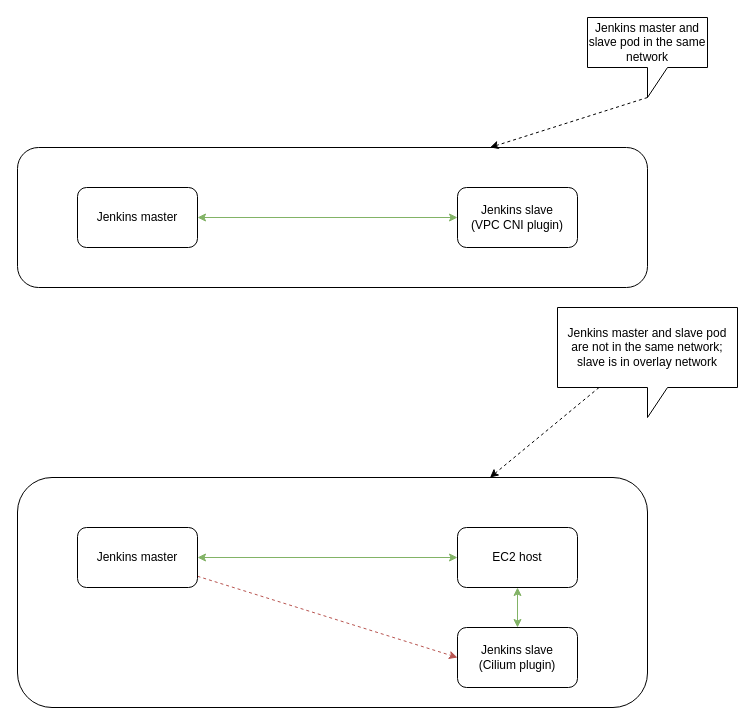
Before: JNLP protocol.drawio in jiangtao7/draw.io, a draw.io diagram. Source tidied: cells renumbered, new cells numbered last; positions are measured from the earlier drawing's top-left corner, leaving out a move shared by most shapes. Both pictures are drawn from the tidied source at 100%, with x=0, y=0 at pixel (17, 17).
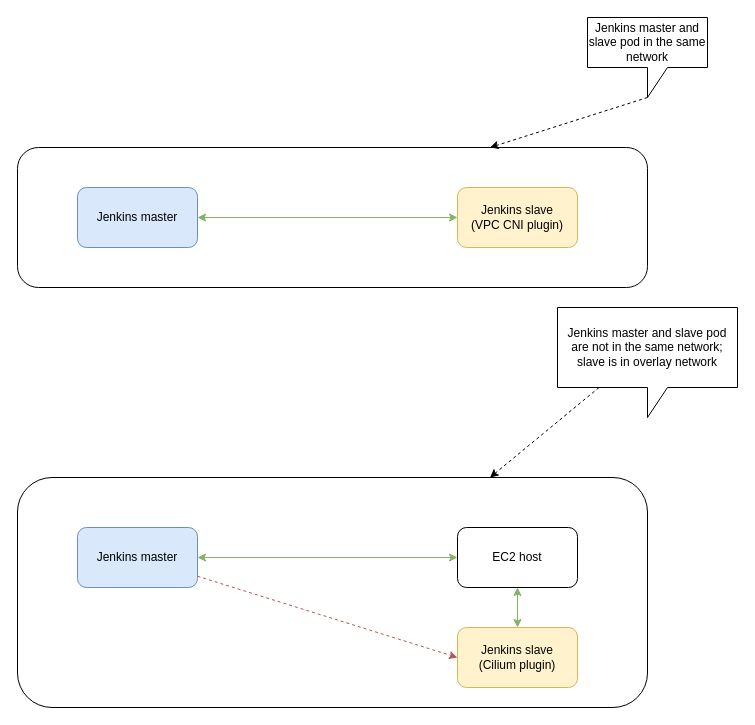
The same diagram, later.

Change to the diagram source:
```diff
@@
 <mxGraphModel>
   <root>
     <mxCell id="0" />
     <mxCell id="1" parent="0" />
     <mxCell id="2" style="rounded=1;whiteSpace=wrap;html=1;" parent="1" vertex="1">
       <mxGeometry y="460" width="630" height="230" as="geometry" />
     </mxCell>
     <mxCell id="3" style="rounded=1;whiteSpace=wrap;html=1;" parent="1" vertex="1">
       <mxGeometry y="130" width="630" height="140" as="geometry" />
     </mxCell>
     <mxCell id="4" style="edgeStyle=orthogonalEdgeStyle;rounded=0;jettySize=auto;html=1;startArrow=classic;startFill=1;fillColor=#d5e8d4;strokeColor=#82b366;" parent="1" edge="1" source="5" target="6">
       <mxGeometry relative="1" as="geometry" />
     </mxCell>
-    <mxCell id="5" value="Jenkins master" style="rounded=1;whiteSpace=wrap;html=1;" parent="1" vertex="1">
+    <mxCell id="5" value="Jenkins master" style="rounded=1;whiteSpace=wrap;html=1;fillColor=#dae8fc;strokeColor=#6c8ebf;" parent="1" vertex="1">
       <mxGeometry x="60" y="170" width="120" height="60" as="geometry" />
     </mxCell>
-    <mxCell id="6" value="Jenkins slave&lt;br&gt;(VPC CNI plugin)" style="rounded=1;whiteSpace=wrap;html=1;" parent="1" vertex="1">
+    <mxCell id="6" value="Jenkins slave&lt;br&gt;(VPC CNI plugin)" style="rounded=1;whiteSpace=wrap;html=1;fillColor=#fff2cc;strokeColor=#d6b656;" parent="1" vertex="1">
       <mxGeometry x="440" y="170" width="120" height="60" as="geometry" />
     </mxCell>
-    <mxCell id="7" value="Jenkins slave&lt;br&gt;(Cilium plugin)" style="rounded=1;whiteSpace=wrap;html=1;" parent="1" vertex="1">
+    <mxCell id="7" value="Jenkins slave&lt;br&gt;(Cilium plugin)" style="rounded=1;whiteSpace=wrap;html=1;fillColor=#fff2cc;strokeColor=#d6b656;" parent="1" vertex="1">
       <mxGeometry x="440" y="610" width="120" height="60" as="geometry" />
     </mxCell>
     <mxCell id="8" style="edgeStyle=orthogonalEdgeStyle;rounded=0;jettySize=auto;html=1;entryX=0.5;entryY=0;entryDx=0;entryDy=0;startArrow=classic;startFill=1;fillColor=#d5e8d4;strokeColor=#82b366;" parent="1" edge="1" source="9" target="7">
       <mxGeometry relative="1" as="geometry" />
     </mxCell>
     <mxCell id="9" value="EC2 host" style="rounded=1;whiteSpace=wrap;html=1;" parent="1" vertex="1">
       <mxGeometry x="440" y="510" width="120" height="60" as="geometry" />
     </mxCell>
     <mxCell id="10" style="edgeStyle=orthogonalEdgeStyle;rounded=0;jettySize=auto;html=1;startArrow=classic;startFill=1;fillColor=#d5e8d4;strokeColor=#82b366;" parent="1" edge="1" source="12" target="9">
       <mxGeometry relative="1" as="geometry" />
     </mxCell>
     <mxCell id="11" style="edgeStyle=none;rounded=0;jettySize=auto;html=1;entryX=0;entryY=0.5;entryDx=0;entryDy=0;dashed=1;fillColor=#f8cecc;strokeColor=#b85450;" parent="1" edge="1" source="12" target="7">
       <mxGeometry relative="1" as="geometry" />
     </mxCell>
-    <mxCell id="12" value="Jenkins master" style="rounded=1;whiteSpace=wrap;html=1;" parent="1" vertex="1">
+    <mxCell id="12" value="Jenkins master" style="rounded=1;whiteSpace=wrap;html=1;fillColor=#dae8fc;strokeColor=#6c8ebf;" parent="1" vertex="1">
       <mxGeometry x="60" y="510" width="120" height="60" as="geometry" />
     </mxCell>
     <mxCell id="13" style="edgeStyle=none;rounded=0;jettySize=auto;html=1;exitX=0;exitY=0;exitDx=60;exitDy=80;exitPerimeter=0;entryX=0.75;entryY=0;entryDx=0;entryDy=0;dashed=1;" parent="1" edge="1" source="14" target="3">
       <mxGeometry relative="1" as="geometry" />
     </mxCell>
     <mxCell id="14" value="Jenkins master and slave pod in the same network" style="shape=callout;whiteSpace=wrap;html=1;perimeter=calloutPerimeter;" parent="1" vertex="1">
       <mxGeometry x="570" width="120" height="80" as="geometry" />
     </mxCell>
     <mxCell id="15" style="edgeStyle=none;rounded=0;jettySize=auto;html=1;entryX=0.75;entryY=0;entryDx=0;entryDy=0;dashed=1;" parent="1" edge="1" source="16" target="2">
       <mxGeometry relative="1" as="geometry" />
     </mxCell>
     <mxCell id="16" value="Jenkins master and slave pod are not in the same network; slave is in overlay network" style="shape=callout;whiteSpace=wrap;html=1;perimeter=calloutPerimeter;" parent="1" vertex="1">
       <mxGeometry x="540" y="290" width="180" height="110" as="geometry" />
     </mxCell>
   </root>
 </mxGraphModel>
```
